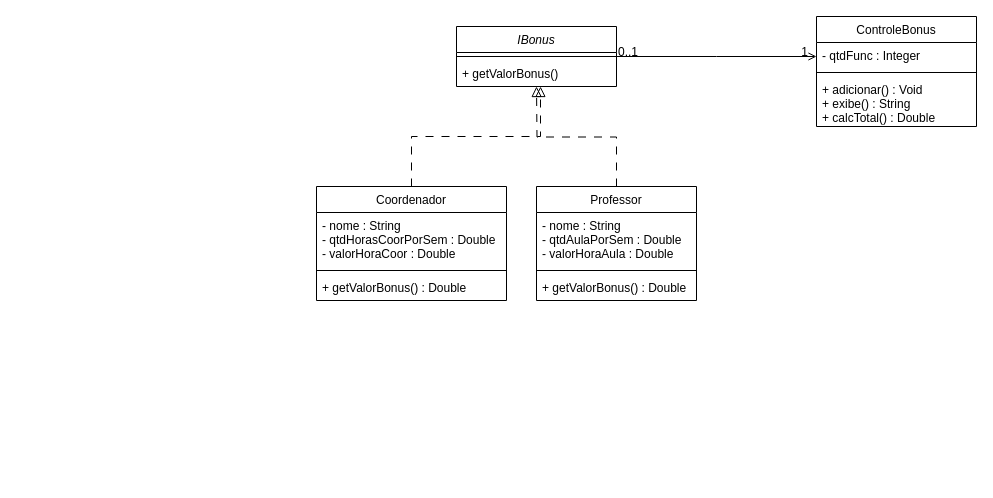
Earlier version of the draw.io diagram Estrutura de Dados/Diagrama sem nome.drawio (Sant-Thiago/Estudos). Source tidied: cells renumbered, new cells numbered last; positions are measured from the earlier drawing's top-left corner, leaving out a move shared by most shapes. Both pictures are drawn from the tidied source at 100%, with x=0, y=0 at pixel (316, 16).
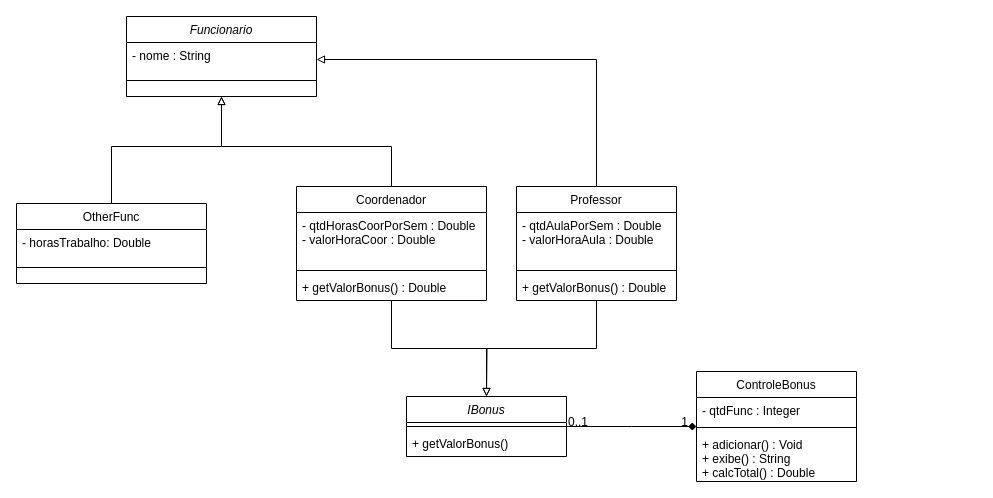
The same page after the edit.

Commit message:
Diagrama finalizado

The change refers to these unchanged cells:
```xml
<mxCell id="4" value="+ getValorBonus()" style="text;align=left;verticalAlign=top;spacingLeft=4;spacingRight=4;overflow=hidden;points=[[0,0.5],[1,0.5]];portConstraint=eastwest;" parent="2" vertex="1">
  <mxGeometry y="34" width="160" height="26" as="geometry" />
</mxCell>
```

What changed in the source:
```diff
@@
+    <mxCell id="22" style="edgeStyle=orthogonalEdgeStyle;rounded=0;jettySize=auto;html=1;endArrow=block;endFill=0;" parent="1" edge="1" source="6" target="2">
+      <mxGeometry relative="1" as="geometry" />
+    </mxCell>
     <mxCell id="2" value="IBonus&#10;" style="swimlane;fontStyle=2;align=center;verticalAlign=top;horizontal=1;startSize=26;rounded=0;shadow=0;strokeWidth=1;" parent="1" vertex="1">
-      <mxGeometry x="140" y="10" width="160" height="60" as="geometry" />
+      <mxGeometry x="90" y="380" width="160" height="60" as="geometry" />
     </mxCell>
@@
-    <mxCell id="5" style="edgeStyle=orthogonalEdgeStyle;rounded=0;jettySize=auto;html=1;fontSize=12;startSize=8;endSize=8;endArrow=block;endFill=0;dashed=1;dashPattern=8 8;" parent="1" edge="1" source="6">
-      <mxGeometry relative="1" as="geometry">
-        <mxPoint x="220" y="70" as="targetPoint" />
-      </mxGeometry>
-    </mxCell>
+    <mxCell id="23" style="edgeStyle=orthogonalEdgeStyle;rounded=0;jettySize=auto;html=1;entryX=1;entryY=0.5;entryDx=0;entryDy=0;endArrow=block;endFill=0;" parent="1" edge="1" source="6" target="27">
+      <mxGeometry relative="1" as="geometry">
+        <Array as="points">
+          <mxPoint x="280" y="43" />
+        </Array>
+      </mxGeometry>
+    </mxCell>
     <mxCell id="6" value="Professor" style="swimlane;fontStyle=0;align=center;verticalAlign=top;horizontal=1;startSize=26;rounded=0;shadow=0;strokeWidth=1;" parent="1" vertex="1">
-      <mxGeometry x="220" y="170" width="160" height="114" as="geometry" />
+      <mxGeometry x="200" y="170" width="160" height="114" as="geometry" />
     </mxCell>
-    <mxCell id="7" value="- nome : String&#10;- qtdAulaPorSem : Double&#10;- valorHoraAula : Double" style="text;align=left;verticalAlign=top;spacingLeft=4;spacingRight=4;overflow=hidden;" parent="6" vertex="1">
+    <mxCell id="7" value="- qtdAulaPorSem : Double&#10;- valorHoraAula : Double" style="text;align=left;verticalAlign=top;spacingLeft=4;spacingRight=4;overflow=hidden;" parent="6" vertex="1">
       <mxGeometry y="26" width="160" height="54" as="geometry" />
     </mxCell>
@@
     <mxCell id="10" value="ControleBonus" style="swimlane;fontStyle=0;align=center;verticalAlign=top;horizontal=1;startSize=26;rounded=0;shadow=0;strokeWidth=1;" parent="1" vertex="1">
-      <mxGeometry x="500" width="160" height="110" as="geometry" />
+      <mxGeometry x="380" y="355" width="160" height="110" as="geometry" />
     </mxCell>
@@
-    <mxCell id="14" style="endArrow=open;shadow=0;strokeWidth=1;rounded=0;curved=0;endFill=1;edgeStyle=elbowEdgeStyle;elbow=vertical;" parent="1" edge="1" source="2" target="10">
+    <mxCell id="14" style="endArrow=diamond;shadow=0;strokeWidth=1;rounded=0;curved=0;endFill=1;edgeStyle=elbowEdgeStyle;elbow=vertical;" parent="1" edge="1" source="2" target="10">
       <mxGeometry x="0.5" y="41" relative="1" as="geometry">
         <mxPoint x="-40" y="32" as="offset" />
       </mxGeometry>
     </mxCell>
@@
+    <mxCell id="24" style="edgeStyle=orthogonalEdgeStyle;rounded=0;jettySize=auto;html=1;entryX=0.5;entryY=1;entryDx=0;entryDy=0;endArrow=block;endFill=0;" parent="1" edge="1" source="17" target="26">
+      <mxGeometry relative="1" as="geometry">
+        <Array as="points">
+          <mxPoint x="75" y="130" />
+          <mxPoint x="-95" y="130" />
+        </Array>
+      </mxGeometry>
+    </mxCell>
+    <mxCell id="25" style="edgeStyle=orthogonalEdgeStyle;rounded=0;jettySize=auto;html=1;endArrow=block;endFill=0;" parent="1" edge="1" source="17">
+      <mxGeometry relative="1" as="geometry">
+        <mxPoint x="170" y="380" as="targetPoint" />
+      </mxGeometry>
+    </mxCell>
     <mxCell id="17" value="Coordenador" style="swimlane;fontStyle=0;align=center;verticalAlign=top;horizontal=1;startSize=26;rounded=0;shadow=0;strokeWidth=1;" parent="1" vertex="1">
-      <mxGeometry y="170" width="190" height="114" as="geometry" />
+      <mxGeometry x="-20" y="170" width="190" height="114" as="geometry" />
     </mxCell>
-    <mxCell id="18" value="- nome : String&#10;- qtdHorasCoorPorSem : Double&#10;- valorHoraCoor : Double" style="text;align=left;verticalAlign=top;spacingLeft=4;spacingRight=4;overflow=hidden;" parent="17" vertex="1">
+    <mxCell id="18" value="- qtdHorasCoorPorSem : Double&#10;- valorHoraCoor : Double" style="text;align=left;verticalAlign=top;spacingLeft=4;spacingRight=4;overflow=hidden;" parent="17" vertex="1">
       <mxGeometry y="26" width="190" height="54" as="geometry" />
     </mxCell>
@@
-    <mxCell id="21" style="edgeStyle=orthogonalEdgeStyle;rounded=0;jettySize=auto;html=1;entryX=0.525;entryY=1;entryDx=0;entryDy=0;entryPerimeter=0;fontSize=12;startSize=8;endSize=8;endArrow=block;endFill=0;dashed=1;dashPattern=8 8;" parent="1" edge="1" source="17" target="4">
-      <mxGeometry relative="1" as="geometry" />
-    </mxCell>
+    <mxCell id="26" value="Funcionario" style="swimlane;fontStyle=2;align=center;verticalAlign=top;horizontal=1;startSize=26;rounded=0;shadow=0;strokeWidth=1;" parent="1" vertex="1">
+      <mxGeometry x="-190" width="190" height="80" as="geometry" />
+    </mxCell>
+    <mxCell id="27" value="- nome : String" style="text;align=left;verticalAlign=top;spacingLeft=4;spacingRight=4;overflow=hidden;points=[[0,0.5],[1,0.5]];portConstraint=eastwest;" parent="26" vertex="1">
+      <mxGeometry y="26" width="190" height="34" as="geometry" />
+    </mxCell>
+    <mxCell id="28" style="line;html=1;strokeWidth=1;align=left;verticalAlign=middle;spacingTop=-1;spacingLeft=3;spacingRight=3;labelPosition=right;" parent="26" vertex="1">
+      <mxGeometry y="60" width="190" height="8" as="geometry" />
+    </mxCell>
+    <mxCell id="29" style="edgeStyle=orthogonalEdgeStyle;rounded=0;jettySize=auto;html=1;entryX=0.5;entryY=1;entryDx=0;entryDy=0;endArrow=block;endFill=0;" parent="1" edge="1" source="30" target="26">
+      <mxGeometry relative="1" as="geometry">
+        <Array as="points">
+          <mxPoint x="-205" y="130" />
+          <mxPoint x="-95" y="130" />
+        </Array>
+      </mxGeometry>
+    </mxCell>
+    <mxCell id="30" value="OtherFunc" style="swimlane;fontStyle=0;align=center;verticalAlign=top;horizontal=1;startSize=26;rounded=0;shadow=0;strokeWidth=1;" parent="1" vertex="1">
+      <mxGeometry x="-300" y="187" width="190" height="80" as="geometry" />
+    </mxCell>
+    <mxCell id="31" value="- horasTrabalho: Double&#10;" style="text;align=left;verticalAlign=top;spacingLeft=4;spacingRight=4;overflow=hidden;" parent="30" vertex="1">
+      <mxGeometry y="26" width="190" height="34" as="geometry" />
+    </mxCell>
+    <mxCell id="32" style="line;html=1;strokeWidth=1;align=left;verticalAlign=middle;spacingTop=-1;spacingLeft=3;spacingRight=3;labelPosition=right;" parent="30" vertex="1">
+      <mxGeometry y="60" width="190" height="8" as="geometry" />
+    </mxCell>
```
